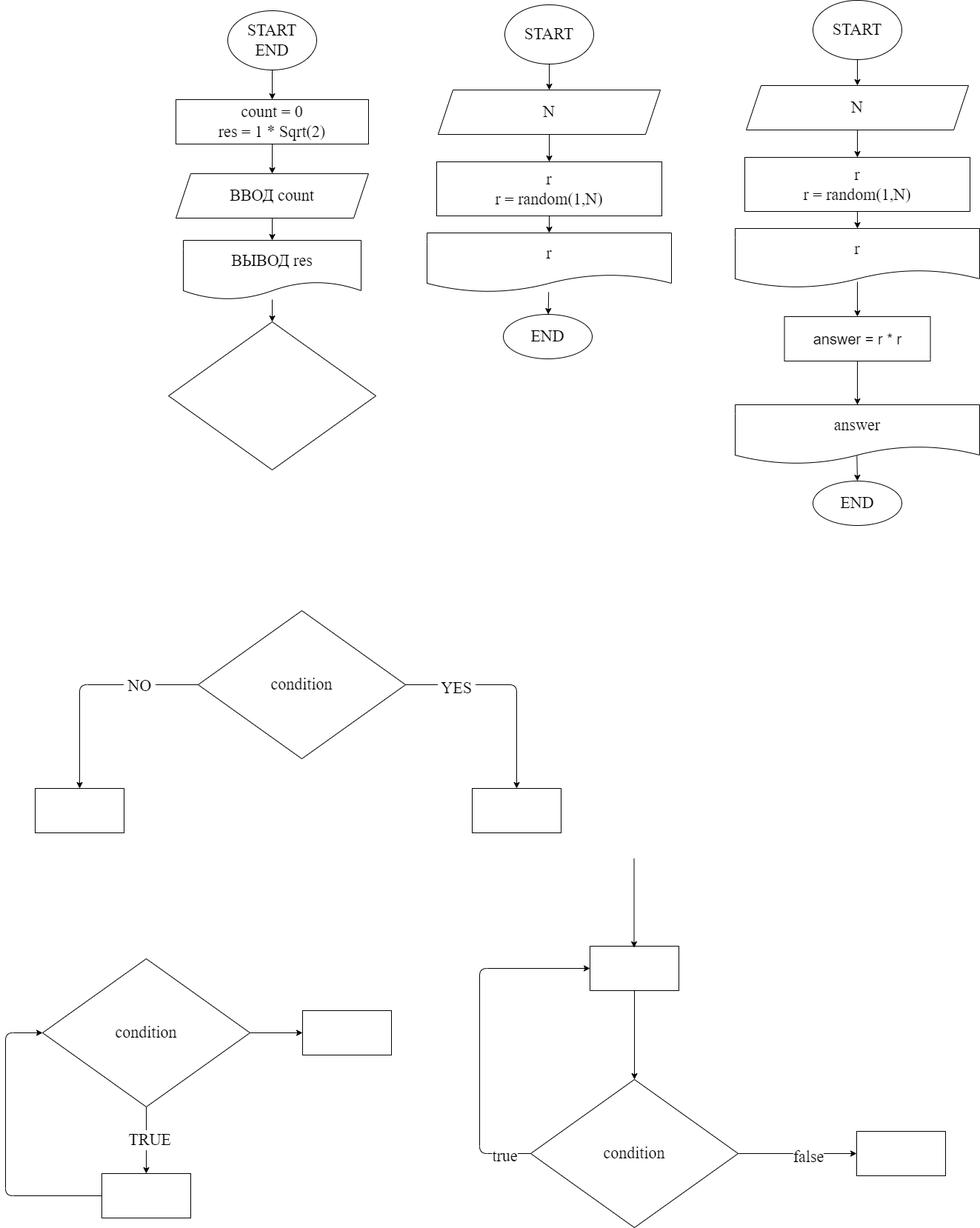
This is ex000.drawio.png from iksergey/practice_temp, a draw.io export, as it was before one commit. Source tidied: cells renumbered, new cells last; positions are measured from the earlier drawing's top-left corner, leaving out a move shared by most shapes.
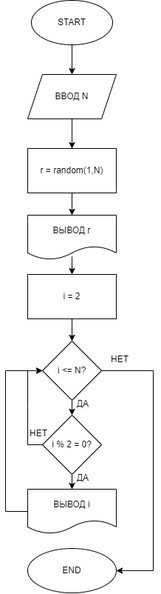
Above is the later version.

Commit message:
Exercise 3: even numbers

What changed in the source:
```diff
@@ -2,195 +2,91 @@
   <root>
     <mxCell id="0" />
     <mxCell id="1" parent="0" />
-    <mxCell id="2" style="edgeStyle=none;html=1;fontFamily=Fira Code;fontSize=22;" parent="1" edge="1" source="3" target="5">
-      <mxGeometry relative="1" as="geometry" />
-    </mxCell>
-    <mxCell id="3" value="START&lt;br&gt;END" style="ellipse;whiteSpace=wrap;html=1;fontFamily=Fira Code;fontSize=22;" parent="1" vertex="1">
-      <mxGeometry x="300" y="14" width="120" height="80" as="geometry" />
-    </mxCell>
-    <mxCell id="4" style="edgeStyle=none;html=1;fontFamily=Fira Code;fontSize=22;" parent="1" edge="1" source="5" target="7">
-      <mxGeometry relative="1" as="geometry" />
-    </mxCell>
-    <mxCell id="5" value="count = 0&lt;br&gt;res = 1 * Sqrt(2)" style="whiteSpace=wrap;html=1;fontSize=22;fontFamily=Fira Code;" parent="1" vertex="1">
-      <mxGeometry x="230" y="134" width="260" height="60" as="geometry" />
-    </mxCell>
-    <mxCell id="6" style="edgeStyle=none;html=1;fontFamily=Fira Code;fontSize=22;" parent="1" edge="1" source="7" target="9">
-      <mxGeometry relative="1" as="geometry" />
-    </mxCell>
-    <mxCell id="7" value="ВВОД count" style="shape=parallelogram;perimeter=parallelogramPerimeter;whiteSpace=wrap;html=1;fixedSize=1;fontSize=22;fontFamily=Fira Code;" parent="1" vertex="1">
-      <mxGeometry x="230" y="234" width="260" height="60" as="geometry" />
-    </mxCell>
-    <mxCell id="8" style="edgeStyle=none;html=1;fontFamily=Fira Code;fontSize=22;" parent="1" edge="1" source="9" target="10">
-      <mxGeometry relative="1" as="geometry" />
-    </mxCell>
-    <mxCell id="9" value="ВЫВОД res" style="shape=document;whiteSpace=wrap;html=1;boundedLbl=1;fontSize=22;fontFamily=Fira Code;" parent="1" vertex="1">
-      <mxGeometry x="240" y="324" width="240" height="80" as="geometry" />
-    </mxCell>
-    <mxCell id="10" style="rhombus;whiteSpace=wrap;html=1;fontSize=22;fontFamily=Fira Code;" parent="1" vertex="1">
-      <mxGeometry x="220" y="434" width="280" height="200" as="geometry" />
-    </mxCell>
-    <mxCell id="11" style="edgeStyle=none;html=1;fontFamily=Fira Code;fontSize=22;" parent="1" edge="1" source="15" target="16">
-      <mxGeometry relative="1" as="geometry">
-        <Array as="points">
-          <mxPoint x="690" y="924" />
-        </Array>
-      </mxGeometry>
-    </mxCell>
-    <mxCell id="12" value="&amp;nbsp;YES&amp;nbsp;" style="edgeLabel;html=1;align=center;verticalAlign=middle;fontSize=22;fontFamily=Fira Code;" parent="11" vertex="1">
-      <mxGeometry x="-0.53" y="-4" relative="1" as="geometry" />
-    </mxCell>
-    <mxCell id="13" style="edgeStyle=none;html=1;fontFamily=Fira Code;fontSize=22;" parent="1" edge="1" source="15" target="17">
-      <mxGeometry relative="1" as="geometry">
-        <Array as="points">
-          <mxPoint x="100" y="924" />
-        </Array>
-      </mxGeometry>
-    </mxCell>
-    <mxCell id="14" value="&amp;nbsp;NO&amp;nbsp;" style="edgeLabel;html=1;align=center;verticalAlign=middle;fontSize=22;fontFamily=Fira Code;" parent="13" vertex="1">
-      <mxGeometry x="-0.47" y="1" relative="1" as="geometry" />
-    </mxCell>
-    <mxCell id="15" value="condition" style="rhombus;whiteSpace=wrap;html=1;fontSize=22;fontFamily=Fira Code;" parent="1" vertex="1">
-      <mxGeometry x="260" y="824" width="280" height="200" as="geometry" />
-    </mxCell>
-    <mxCell id="16" style="whiteSpace=wrap;html=1;fontSize=22;fontFamily=Fira Code;" parent="1" vertex="1">
-      <mxGeometry x="630" y="1064" width="120" height="60" as="geometry" />
-    </mxCell>
-    <mxCell id="17" style="whiteSpace=wrap;html=1;fontSize=22;fontFamily=Fira Code;" parent="1" vertex="1">
-      <mxGeometry x="40" y="1064" width="120" height="60" as="geometry" />
-    </mxCell>
-    <mxCell id="18" style="edgeStyle=none;html=1;fontFamily=Fira Code;fontSize=22;" parent="1" edge="1" source="21" target="23">
-      <mxGeometry relative="1" as="geometry" />
-    </mxCell>
-    <mxCell id="19" value="&amp;nbsp;TRUE&amp;nbsp;" style="edgeLabel;html=1;align=center;verticalAlign=middle;fontSize=22;fontFamily=Fira Code;" parent="18" vertex="1">
-      <mxGeometry y="4" relative="1" as="geometry" />
-    </mxCell>
-    <mxCell id="20" style="edgeStyle=none;html=1;fontFamily=Fira Code;fontSize=22;" parent="1" edge="1" source="21" target="32">
-      <mxGeometry relative="1" as="geometry" />
-    </mxCell>
-    <mxCell id="21" value="condition" style="rhombus;whiteSpace=wrap;html=1;fontSize=22;fontFamily=Fira Code;" parent="1" vertex="1">
-      <mxGeometry x="50" y="1294" width="280" height="200" as="geometry" />
-    </mxCell>
-    <mxCell id="22" style="edgeStyle=none;html=1;entryX=0;entryY=0.5;entryDx=0;entryDy=0;fontFamily=Fira Code;fontSize=22;" parent="1" edge="1" source="23" target="21">
-      <mxGeometry relative="1" as="geometry">
-        <Array as="points">
-          <mxPoint y="1614" />
-          <mxPoint y="1394" />
-        </Array>
-      </mxGeometry>
-    </mxCell>
-    <mxCell id="23" style="whiteSpace=wrap;html=1;fontSize=22;fontFamily=Fira Code;" parent="1" vertex="1">
-      <mxGeometry x="130" y="1584" width="120" height="60" as="geometry" />
-    </mxCell>
-    <mxCell id="24" style="edgeStyle=none;html=1;entryX=0;entryY=0.5;entryDx=0;entryDy=0;fontFamily=Fira Code;fontSize=22;" parent="1" edge="1" source="28" target="30">
-      <mxGeometry relative="1" as="geometry">
-        <Array as="points">
-          <mxPoint x="640" y="1557" />
-          <mxPoint x="640" y="1307" />
-        </Array>
-      </mxGeometry>
-    </mxCell>
-    <mxCell id="25" value="true" style="edgeLabel;html=1;align=center;verticalAlign=middle;fontSize=22;fontFamily=Fira Code;" parent="24" vertex="1">
-      <mxGeometry x="-0.85" y="3" relative="1" as="geometry" />
-    </mxCell>
-    <mxCell id="26" style="edgeStyle=none;html=1;fontFamily=Fira Code;fontSize=22;" parent="1" edge="1" source="28" target="33">
-      <mxGeometry relative="1" as="geometry" />
-    </mxCell>
-    <mxCell id="27" value="false" style="edgeLabel;html=1;align=center;verticalAlign=middle;fontSize=22;fontFamily=Fira Code;" parent="26" vertex="1">
-      <mxGeometry x="0.17" y="-4" relative="1" as="geometry" />
-    </mxCell>
-    <mxCell id="28" value="condition" style="rhombus;whiteSpace=wrap;html=1;fontSize=22;fontFamily=Fira Code;" parent="1" vertex="1">
-      <mxGeometry x="709" y="1457" width="280" height="200" as="geometry" />
-    </mxCell>
-    <mxCell id="29" style="edgeStyle=none;html=1;entryX=0.5;entryY=0;entryDx=0;entryDy=0;fontFamily=Fira Code;fontSize=22;" parent="1" edge="1" source="30" target="28">
-      <mxGeometry relative="1" as="geometry" />
-    </mxCell>
-    <mxCell id="30" style="whiteSpace=wrap;html=1;fontSize=22;fontFamily=Fira Code;" parent="1" vertex="1">
-      <mxGeometry x="789" y="1277" width="120" height="60" as="geometry" />
-    </mxCell>
-    <mxCell id="31" style="edgeStyle=none;html=1;entryX=0.5;entryY=0;entryDx=0;entryDy=0;fontFamily=Fira Code;fontSize=22;" parent="1" edge="1">
-      <mxGeometry relative="1" as="geometry">
-        <mxPoint x="848.5" y="1159" as="sourcePoint" />
-        <mxPoint x="848.5" y="1279" as="targetPoint" />
-      </mxGeometry>
-    </mxCell>
-    <mxCell id="32" style="whiteSpace=wrap;html=1;fontSize=22;fontFamily=Fira Code;" parent="1" vertex="1">
-      <mxGeometry x="401" y="1364" width="120" height="60" as="geometry" />
-    </mxCell>
-    <mxCell id="33" style="whiteSpace=wrap;html=1;fontSize=22;fontFamily=Fira Code;" parent="1" vertex="1">
-      <mxGeometry x="1149" y="1527" width="120" height="60" as="geometry" />
-    </mxCell>
-    <mxCell id="34" style="edgeStyle=none;html=1;fontFamily=Fira Code;fontSize=22;" parent="1" edge="1" source="35" target="37">
-      <mxGeometry relative="1" as="geometry" />
-    </mxCell>
-    <mxCell id="35" value="START" style="ellipse;whiteSpace=wrap;html=1;fontFamily=Fira Code;fontSize=22;" parent="1" vertex="1">
-      <mxGeometry x="674" y="6" width="120" height="80" as="geometry" />
-    </mxCell>
-    <mxCell id="36" style="edgeStyle=none;html=1;fontFamily=Fira Code;fontSize=22;" parent="1" edge="1" source="37" target="39">
-      <mxGeometry relative="1" as="geometry" />
-    </mxCell>
-    <mxCell id="37" value="N" style="shape=parallelogram;perimeter=parallelogramPerimeter;whiteSpace=wrap;html=1;fixedSize=1;fontSize=22;fontFamily=Fira Code;" parent="1" vertex="1">
-      <mxGeometry x="584" y="121" width="300" height="60" as="geometry" />
-    </mxCell>
-    <mxCell id="38" style="edgeStyle=none;html=1;fontFamily=Fira Code;fontSize=22;" parent="1" edge="1" source="39" target="41">
-      <mxGeometry relative="1" as="geometry" />
-    </mxCell>
-    <mxCell id="39" value="r&lt;br&gt;r = random(1,N)" style="whiteSpace=wrap;html=1;fontSize=22;fontFamily=Fira Code;" parent="1" vertex="1">
-      <mxGeometry x="582" y="218" width="304" height="73" as="geometry" />
-    </mxCell>
-    <mxCell id="40" style="edgeStyle=none;html=1;fontFamily=Fira Code;fontSize=22;" parent="1" edge="1" source="41" target="42">
-      <mxGeometry relative="1" as="geometry" />
-    </mxCell>
-    <mxCell id="41" value="r" style="shape=document;whiteSpace=wrap;html=1;boundedLbl=1;fontSize=22;fontFamily=Fira Code;" parent="1" vertex="1">
-      <mxGeometry x="569" y="314" width="330" height="80" as="geometry" />
-    </mxCell>
-    <mxCell id="42" value="END" style="ellipse;whiteSpace=wrap;html=1;fontSize=22;fontFamily=Fira Code;" parent="1" vertex="1">
-      <mxGeometry x="672" y="424" width="120" height="60" as="geometry" />
-    </mxCell>
-    <mxCell id="43" style="edgeStyle=none;html=1;fontFamily=Fira Code;fontSize=22;" parent="1" edge="1" source="44" target="46">
-      <mxGeometry relative="1" as="geometry" />
-    </mxCell>
-    <mxCell id="44" value="START" style="ellipse;whiteSpace=wrap;html=1;fontFamily=Fira Code;fontSize=22;" parent="1" vertex="1">
-      <mxGeometry x="1090" width="120" height="80" as="geometry" />
-    </mxCell>
-    <mxCell id="45" style="edgeStyle=none;html=1;fontFamily=Fira Code;fontSize=22;" parent="1" edge="1" source="46" target="48">
-      <mxGeometry relative="1" as="geometry" />
-    </mxCell>
-    <mxCell id="46" value="N" style="shape=parallelogram;perimeter=parallelogramPerimeter;whiteSpace=wrap;html=1;fixedSize=1;fontSize=22;fontFamily=Fira Code;" parent="1" vertex="1">
-      <mxGeometry x="1000" y="115" width="300" height="60" as="geometry" />
-    </mxCell>
-    <mxCell id="47" style="edgeStyle=none;html=1;fontFamily=Fira Code;fontSize=22;" parent="1" edge="1" source="48" target="50">
-      <mxGeometry relative="1" as="geometry" />
-    </mxCell>
-    <mxCell id="48" value="r&lt;br&gt;r = random(1,N)" style="whiteSpace=wrap;html=1;fontSize=22;fontFamily=Fira Code;" parent="1" vertex="1">
-      <mxGeometry x="998" y="212" width="304" height="73" as="geometry" />
-    </mxCell>
-    <mxCell id="49" style="edgeStyle=none;html=1;fontFamily=Fira Code;fontSize=22;exitX=0.498;exitY=0.863;exitDx=0;exitDy=0;exitPerimeter=0;" parent="1" edge="1" source="53" target="51">
-      <mxGeometry relative="1" as="geometry" />
-    </mxCell>
-    <mxCell id="50" value="r" style="shape=document;whiteSpace=wrap;html=1;boundedLbl=1;fontSize=22;fontFamily=Fira Code;" parent="1" vertex="1">
-      <mxGeometry x="985" y="308" width="330" height="80" as="geometry" />
-    </mxCell>
-    <mxCell id="51" value="END" style="ellipse;whiteSpace=wrap;html=1;fontSize=22;fontFamily=Fira Code;" parent="1" vertex="1">
-      <mxGeometry x="1090" y="649" width="120" height="60" as="geometry" />
-    </mxCell>
-    <mxCell id="52" style="edgeStyle=none;html=1;fontSize=20;" parent="1" edge="1" source="53">
-      <mxGeometry relative="1" as="geometry">
-        <mxPoint x="1150" y="426" as="targetPoint" />
-      </mxGeometry>
-    </mxCell>
-    <mxCell id="53" value="answer" style="shape=document;whiteSpace=wrap;html=1;boundedLbl=1;fontSize=22;fontFamily=Fira Code;" parent="1" vertex="1">
-      <mxGeometry x="985" y="546" width="330" height="80" as="geometry" />
-    </mxCell>
-    <mxCell id="54" style="endArrow=classic;html=1;entryX=0.5;entryY=0;entryDx=0;entryDy=0;startArrow=none;" parent="1" edge="1" source="55" target="53">
-      <mxGeometry relative="1" as="geometry" />
-    </mxCell>
-    <mxCell id="55" value="&lt;font style=&quot;font-size: 20px&quot;&gt;answer = r * r&lt;/font&gt;" style="rounded=0;whiteSpace=wrap;html=1;" parent="1" vertex="1">
-      <mxGeometry x="1051.5" y="427" width="197" height="60" as="geometry" />
-    </mxCell>
-    <mxCell id="56" style="endArrow=classic;html=1;entryX=0.5;entryY=0;entryDx=0;entryDy=0;startArrow=none;" parent="1" edge="1" target="55">
-      <mxGeometry relative="1" as="geometry">
-        <mxPoint x="1150" y="380" as="sourcePoint" />
-      </mxGeometry>
-    </mxCell>
+    <mxCell id="57" style="edgeStyle=none;rounded=0;html=1;" parent="1" edge="1" source="58" target="60">
+      <mxGeometry relative="1" as="geometry" />
+    </mxCell>
+    <mxCell id="58" value="START" style="ellipse;whiteSpace=wrap;html=1;" parent="1" vertex="1">
+      <mxGeometry x="-842" y="-455" width="110" height="60" as="geometry" />
+    </mxCell>
+    <mxCell id="59" style="edgeStyle=none;rounded=0;html=1;" parent="1" edge="1" source="60" target="62">
+      <mxGeometry relative="1" as="geometry" />
+    </mxCell>
+    <mxCell id="60" value="ВВОД N" style="shape=parallelogram;perimeter=parallelogramPerimeter;whiteSpace=wrap;html=1;fixedSize=1;" parent="1" vertex="1">
+      <mxGeometry x="-847" y="-355" width="120" height="60" as="geometry" />
+    </mxCell>
+    <mxCell id="61" style="edgeStyle=none;rounded=0;html=1;" parent="1" edge="1" source="62" target="64">
+      <mxGeometry relative="1" as="geometry" />
+    </mxCell>
+    <mxCell id="62" value="r = random(1,N)" style="whiteSpace=wrap;html=1;" parent="1" vertex="1">
+      <mxGeometry x="-847" y="-255" width="120" height="60" as="geometry" />
+    </mxCell>
+    <mxCell id="63" style="edgeStyle=none;html=1;exitX=0.5;exitY=0.93;exitDx=0;exitDy=0;entryX=0.5;entryY=0;entryDx=0;entryDy=0;exitPerimeter=0;" parent="1" edge="1" source="64" target="67">
+      <mxGeometry relative="1" as="geometry" />
+    </mxCell>
+    <mxCell id="64" value="ВЫВОД r" style="shape=document;whiteSpace=wrap;html=1;boundedLbl=1;" parent="1" vertex="1">
+      <mxGeometry x="-847" y="-165" width="120" height="60" as="geometry" />
+    </mxCell>
+    <mxCell id="65" value="END" style="ellipse;whiteSpace=wrap;html=1;" parent="1" vertex="1">
+      <mxGeometry x="-847" y="285" width="120" height="60" as="geometry" />
+    </mxCell>
+    <mxCell id="66" style="edgeStyle=none;html=1;exitX=0.5;exitY=1;exitDx=0;exitDy=0;entryX=0.5;entryY=0;entryDx=0;entryDy=0;" parent="1" edge="1" source="67" target="70">
+      <mxGeometry relative="1" as="geometry" />
+    </mxCell>
+    <mxCell id="67" value="i = 2" style="rounded=0;whiteSpace=wrap;html=1;" parent="1" vertex="1">
+      <mxGeometry x="-847" y="-85" width="120" height="60" as="geometry" />
+    </mxCell>
+    <mxCell id="68" style="edgeStyle=none;html=1;exitX=0.5;exitY=1;exitDx=0;exitDy=0;entryX=0.5;entryY=0;entryDx=0;entryDy=0;" parent="1" edge="1" source="70" target="73">
+      <mxGeometry relative="1" as="geometry" />
+    </mxCell>
+    <mxCell id="69" style="edgeStyle=none;rounded=0;html=1;exitX=1;exitY=0.5;exitDx=0;exitDy=0;entryX=1;entryY=0.5;entryDx=0;entryDy=0;" parent="1" edge="1" source="70" target="65">
+      <mxGeometry relative="1" as="geometry">
+        <Array as="points">
+          <mxPoint x="-677" y="45" />
+          <mxPoint x="-677" y="315" />
+        </Array>
+      </mxGeometry>
+    </mxCell>
+    <mxCell id="70" value="i &amp;lt;= N?" style="rhombus;whiteSpace=wrap;html=1;" parent="1" vertex="1">
+      <mxGeometry x="-827" y="5" width="80" height="80" as="geometry" />
+    </mxCell>
+    <mxCell id="71" style="edgeStyle=none;html=1;" parent="1" edge="1" source="73" target="75">
+      <mxGeometry relative="1" as="geometry" />
+    </mxCell>
+    <mxCell id="72" style="edgeStyle=none;rounded=0;html=1;exitX=0;exitY=0.5;exitDx=0;exitDy=0;entryX=0;entryY=0.5;entryDx=0;entryDy=0;" parent="1" edge="1" source="73" target="70">
+      <mxGeometry relative="1" as="geometry">
+        <Array as="points">
+          <mxPoint x="-847" y="145" />
+          <mxPoint x="-847" y="95" />
+          <mxPoint x="-847" y="45" />
+        </Array>
+      </mxGeometry>
+    </mxCell>
+    <mxCell id="73" value="i % 2 = 0?" style="rhombus;whiteSpace=wrap;html=1;" parent="1" vertex="1">
+      <mxGeometry x="-827" y="105" width="80" height="80" as="geometry" />
+    </mxCell>
+    <mxCell id="74" style="edgeStyle=none;rounded=0;html=1;exitX=0;exitY=0.5;exitDx=0;exitDy=0;" parent="1" edge="1" source="75">
+      <mxGeometry relative="1" as="geometry">
+        <mxPoint x="-827" y="45" as="targetPoint" />
+        <Array as="points">
+          <mxPoint x="-877" y="235" />
+          <mxPoint x="-877" y="45" />
+        </Array>
+      </mxGeometry>
+    </mxCell>
+    <mxCell id="75" value="ВЫВОД i" style="shape=document;whiteSpace=wrap;html=1;boundedLbl=1;" parent="1" vertex="1">
+      <mxGeometry x="-847" y="205" width="120" height="60" as="geometry" />
+    </mxCell>
+    <mxCell id="76" value="ДА" style="text;html=1;strokeColor=none;fillColor=none;align=center;verticalAlign=middle;whiteSpace=wrap;rounded=0;" parent="1" vertex="1">
+      <mxGeometry x="-787" y="75" width="30" height="30" as="geometry" />
+    </mxCell>
+    <mxCell id="77" value="ДА" style="text;html=1;strokeColor=none;fillColor=none;align=center;verticalAlign=middle;whiteSpace=wrap;rounded=0;" parent="1" vertex="1">
+      <mxGeometry x="-787" y="175" width="30" height="30" as="geometry" />
+    </mxCell>
+    <mxCell id="78" value="НЕТ" style="text;html=1;strokeColor=none;fillColor=none;align=center;verticalAlign=middle;whiteSpace=wrap;rounded=0;" parent="1" vertex="1">
+      <mxGeometry x="-737" y="15" width="30" height="30" as="geometry" />
+    </mxCell>
+    <mxCell id="79" value="НЕТ" style="text;html=1;strokeColor=none;fillColor=none;align=center;verticalAlign=middle;whiteSpace=wrap;rounded=0;" parent="1" vertex="1">
+      <mxGeometry x="-847" y="115" width="30" height="30" as="geometry" />
+    </mxCell>
   </root>
 </mxGraphModel>
```
